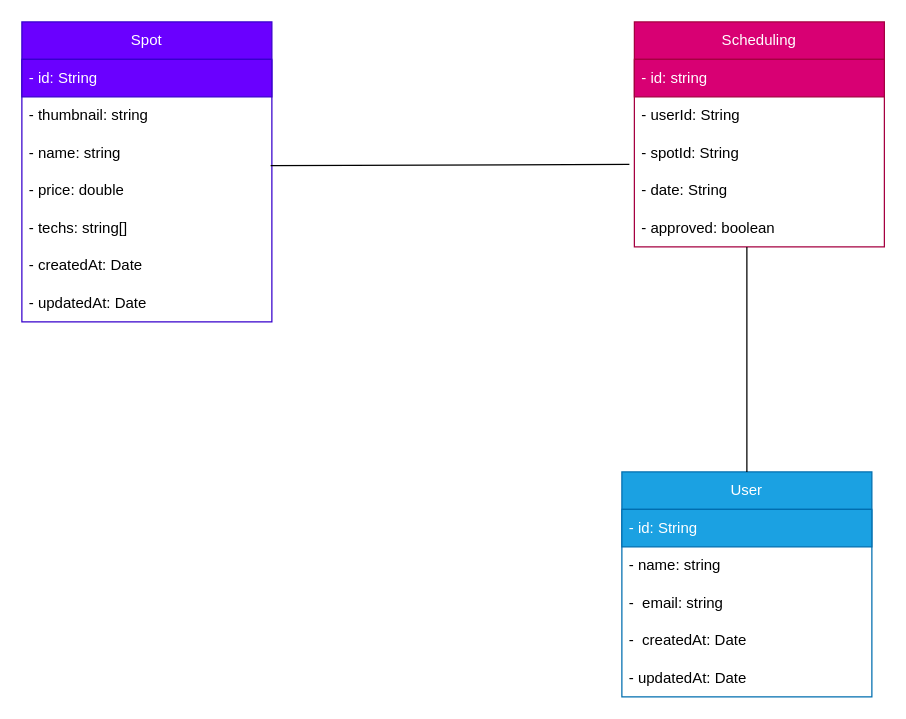
Luke0195/instacoffeback keeps this draw.io diagram as docs/diagram.drawio. Above is the earlier version. Source tidied: cells renumbered, new cells numbered last; positions are measured from the earlier drawing's top-left corner, leaving out a move shared by most shapes. Both pictures are drawn from the tidied source at 125%, with x=0, y=0 at pixel (21, 21).
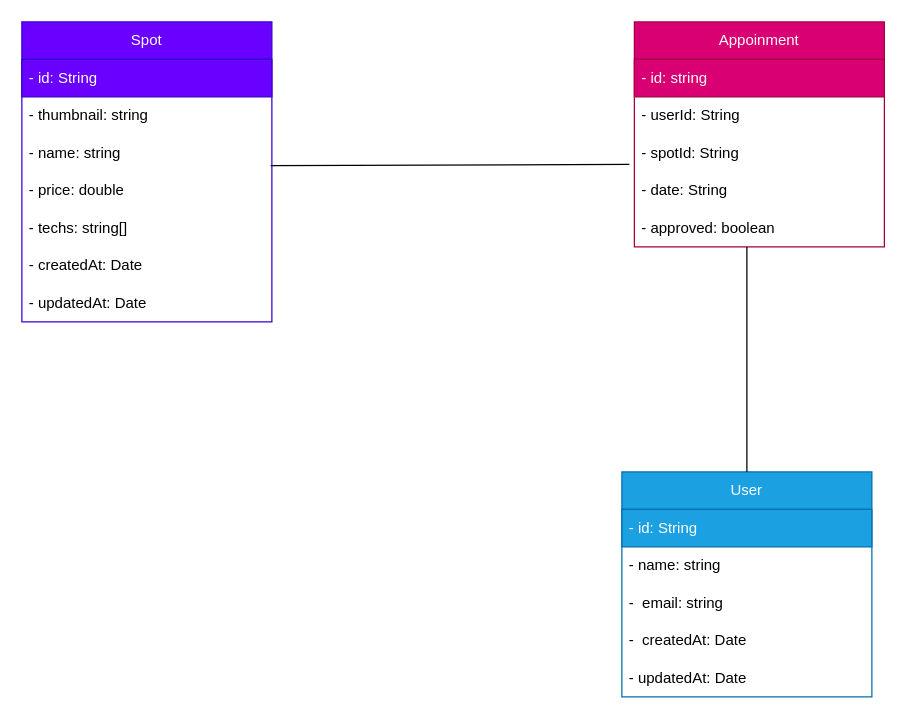
The same diagram, later.

Change to the diagram source:
```diff
@@
-    <mxCell id="16" value="Scheduling" style="swimlane;fontStyle=0;horizontal=1;startSize=30;whiteSpace=wrap;html=1;fillColor=#d80073;fontColor=#ffffff;strokeColor=#A50040;" parent="1" vertex="1">
+    <mxCell id="16" value="Appoinment" style="swimlane;fontStyle=0;horizontal=1;startSize=30;whiteSpace=wrap;html=1;fillColor=#d80073;fontColor=#ffffff;strokeColor=#A50040;" parent="1" vertex="1">
       <mxGeometry x="490" width="200" height="180" as="geometry" />
     </mxCell>
```
